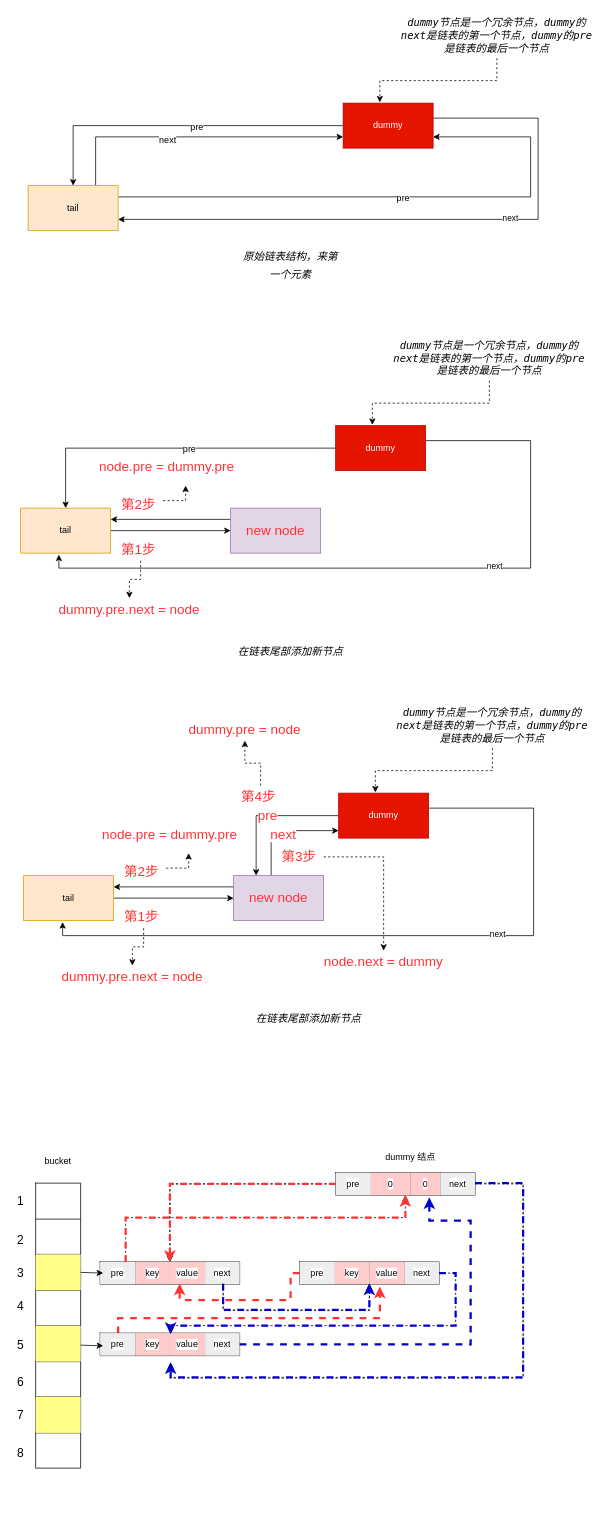
This is RLUCache.drawio from JamalyYao/diagrams.net-graph, a draw.io file, before an edit. Source tidied: cells renumbered, new cells numbered last; positions are measured from the earlier drawing's top-left corner, leaving out a move shared by most shapes. Both pictures are drawn from the tidied source at 75%, with x=0, y=0 at pixel (13, 13).
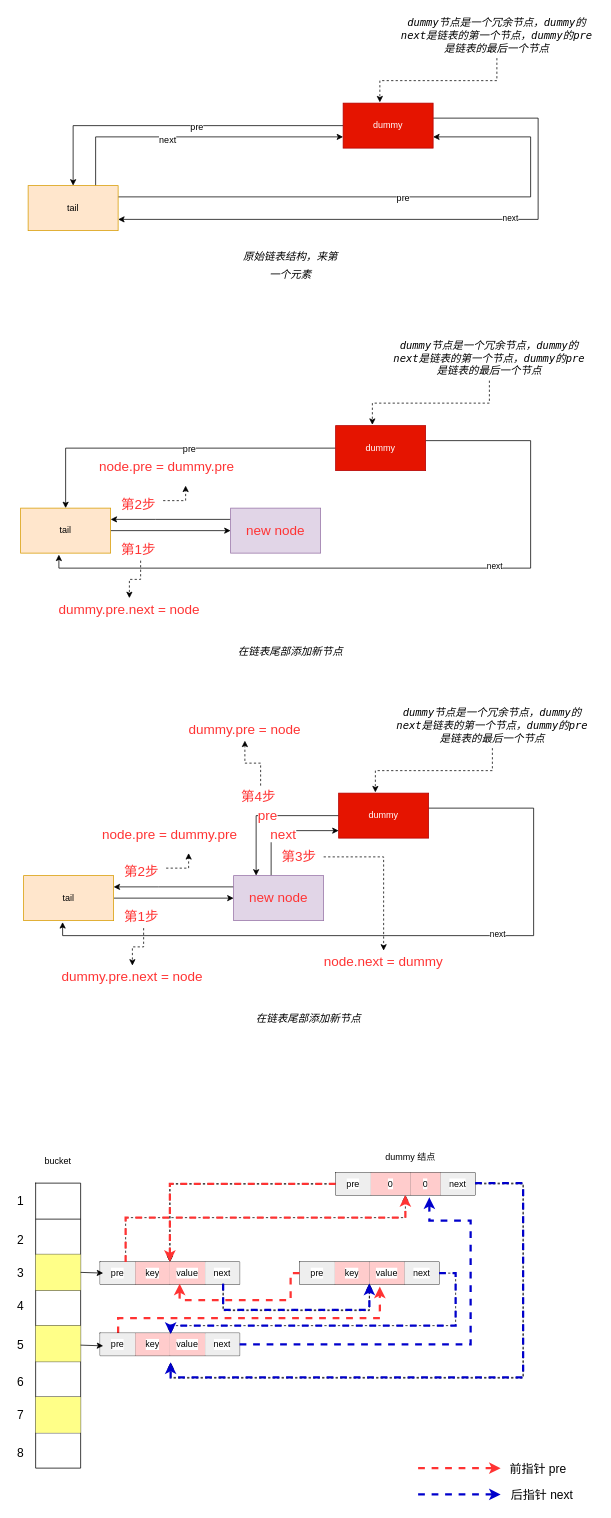
The same page after the edit.

Change to the diagram source:
```diff
@@
+    <mxCell id="126" style="endArrow=classic;html=1;rounded=0;fontSize=16;fontColor=#000000;strokeColor=#0000CC;strokeWidth=3;dashed=1;" parent="1" edge="1">
+      <mxGeometry relative="1" as="geometry">
+        <mxPoint x="540" y="1975" as="sourcePoint" />
+        <mxPoint x="650" y="1975" as="targetPoint" />
+      </mxGeometry>
+    </mxCell>
+    <mxCell id="127" style="endArrow=classic;html=1;rounded=0;fontSize=16;fontColor=#000000;strokeColor=#FF3333;strokeWidth=3;dashed=1;" parent="1" edge="1">
+      <mxGeometry relative="1" as="geometry">
+        <mxPoint x="540" y="1940" as="sourcePoint" />
+        <mxPoint x="650" y="1940" as="targetPoint" />
+      </mxGeometry>
+    </mxCell>
+    <mxCell id="128" value="前指针 pre" style="text;html=1;strokeColor=none;fillColor=none;align=center;verticalAlign=middle;whiteSpace=wrap;rounded=0;labelBackgroundColor=#FFFFFF;fontSize=16;fontColor=#000000;" parent="1" vertex="1">
+      <mxGeometry x="655" y="1926" width="90" height="30" as="geometry" />
+    </mxCell>
+    <mxCell id="129" value="后指针 next" style="text;html=1;strokeColor=none;fillColor=none;align=center;verticalAlign=middle;whiteSpace=wrap;rounded=0;labelBackgroundColor=#FFFFFF;fontSize=16;fontColor=#000000;" parent="1" vertex="1">
+      <mxGeometry x="662.5" y="1960" width="85" height="30" as="geometry" />
+    </mxCell>
```
